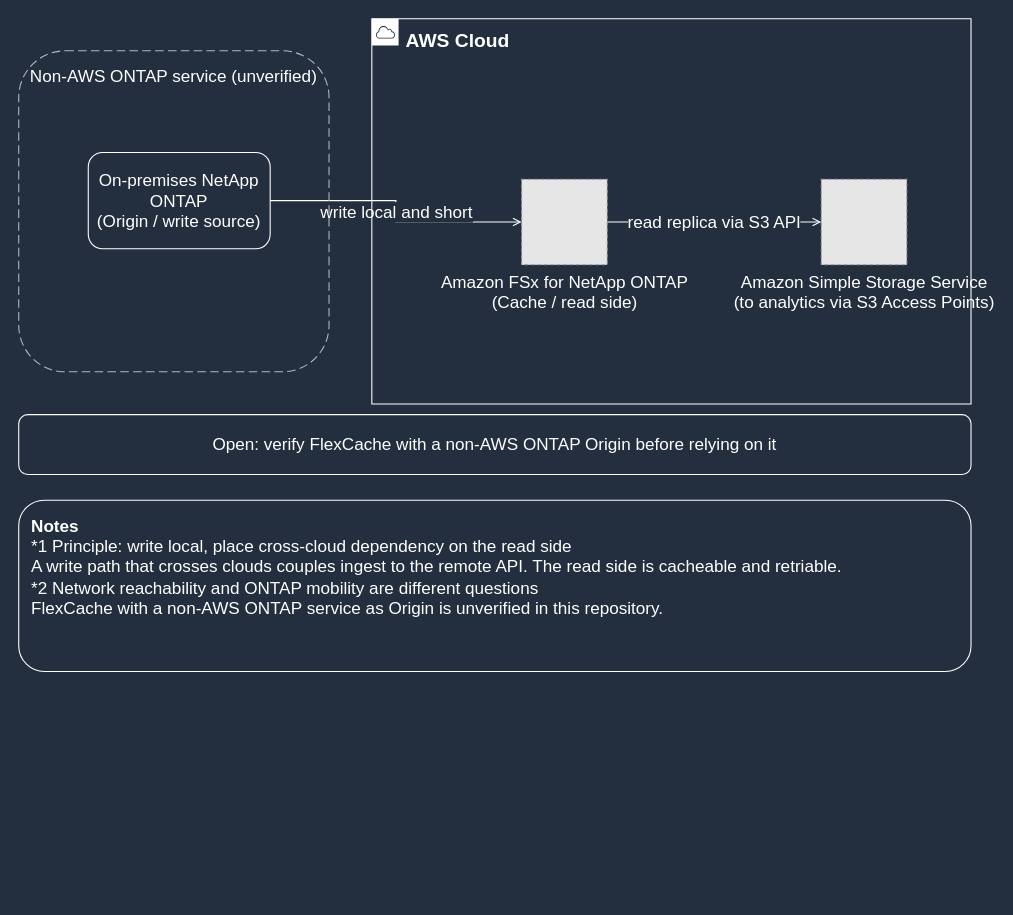
This is docs/_assets/diagrams/ai-hpc-cross-cloud-mobility-en-dark.drawio from Yoshiki0705/FSx-for-ONTAP-Adoption-Playbook, a draw.io file, before an edit. Source tidied: cells renumbered, new cells numbered last; positions are measured from the earlier drawing's top-left corner, leaving out a move shared by most shapes. Both pictures are drawn from the tidied source at 107%, with x=0, y=0 at pixel (18, 18). Pictures stored in the file or linked from it are replaced by grey dashed boxes.
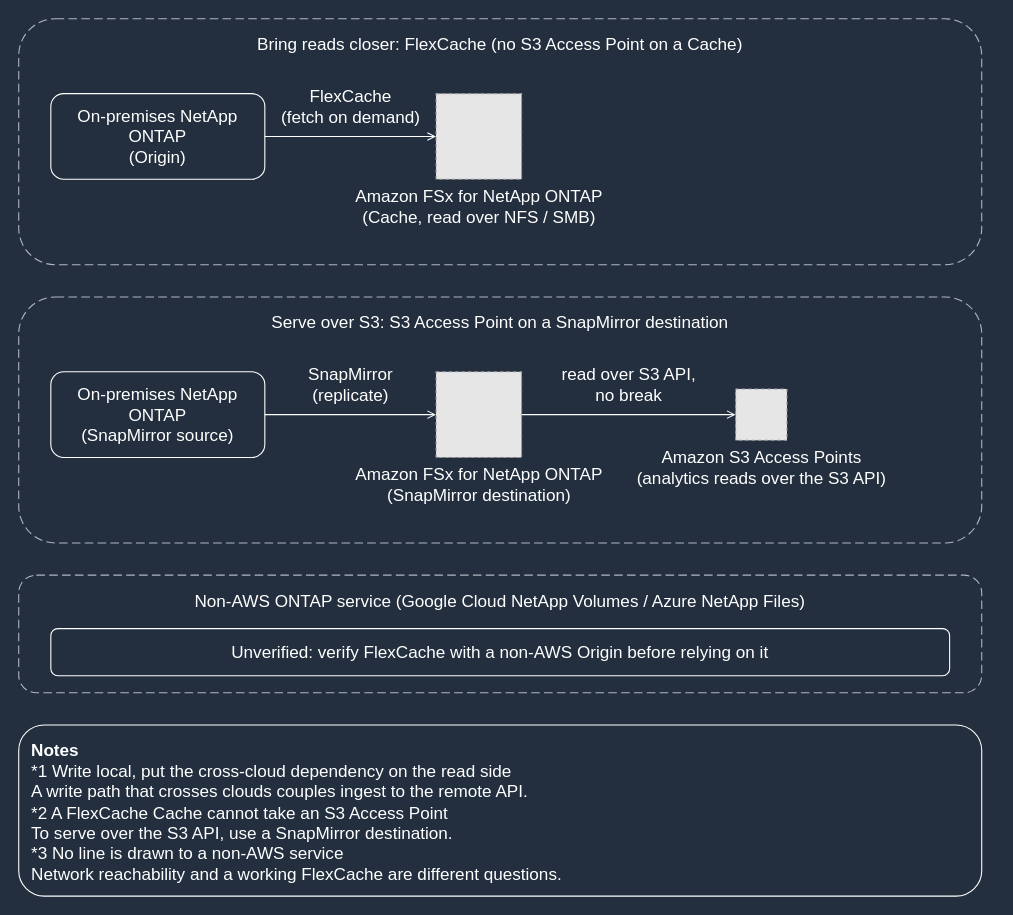
The same page after the edit.

The edit, as a diff of the source:
```diff
@@
 <mxGraphModel background="#232F3E">
   <root>
     <mxCell id="0" />
     <mxCell id="1" parent="0" />
-    <mxCell id="2" value="write local and short" style="edgeStyle=orthogonalEdgeStyle;rounded=0;html=1;endArrow=open;endFill=0;strokeColor=#FFFFFF;strokeWidth=1;fontSize=16;fontColor=#FFFFFF;labelBackgroundColor=#232F3E;exitX=1.0;exitY=0.5;exitDx=0;exitDy=0;entryX=0.0;entryY=0.5;entryDx=0;entryDy=0;" parent="1" edge="1" source="6" target="9">
-      <mxGeometry relative="1" as="geometry" />
+    <mxCell id="2" value="FlexCache&lt;br&gt;(fetch on demand)" style="edgeStyle=orthogonalEdgeStyle;rounded=0;html=1;endArrow=open;endFill=0;strokeColor=#FFFFFF;strokeWidth=1;fontSize=16;fontColor=#FFFFFF;labelBackgroundColor=#232F3E;exitX=1.0;exitY=0.5;exitDx=0;exitDy=0;entryX=0.0;entryY=0.5;entryDx=0;entryDy=0;" parent="1" edge="1" source="14" target="16">
+      <mxGeometry relative="1" as="geometry">
+        <mxPoint y="-28" as="offset" />
+      </mxGeometry>
     </mxCell>
-    <mxCell id="3" value="read replica via S3 API" style="edgeStyle=orthogonalEdgeStyle;rounded=0;html=1;endArrow=open;endFill=0;strokeColor=#FFFFFF;strokeWidth=1;fontSize=16;fontColor=#FFFFFF;labelBackgroundColor=#232F3E;exitX=1.0;exitY=0.5;exitDx=0;exitDy=0;entryX=0.0;entryY=0.5;entryDx=0;entryDy=0;" parent="1" edge="1" source="9" target="10">
-      <mxGeometry relative="1" as="geometry" />
+    <mxCell id="3" value="SnapMirror&lt;br&gt;(replicate)" style="edgeStyle=orthogonalEdgeStyle;rounded=0;html=1;endArrow=open;endFill=0;strokeColor=#FFFFFF;strokeWidth=1;fontSize=16;fontColor=#FFFFFF;labelBackgroundColor=#232F3E;exitX=1.0;exitY=0.5;exitDx=0;exitDy=0;entryX=0.0;entryY=0.5;entryDx=0;entryDy=0;" parent="1" edge="1" source="15" target="17">
+      <mxGeometry relative="1" as="geometry">
+        <mxPoint y="-28" as="offset" />
+      </mxGeometry>
     </mxCell>
-    <mxCell id="4" value="AWS Cloud" style="gradientColor=none;html=1;whiteSpace=wrap;fontSize=18;fontStyle=1;fontColor=#FFFFFF;shape=mxgraph.aws4.group;grIcon=mxgraph.aws4.group_aws_cloud;strokeColor=#FFFFFF;fillColor=none;verticalAlign=top;align=left;spacingLeft=30;spacingTop=4;dashed=0;labelBackgroundColor=#232F3E;" parent="1" vertex="1">
-      <mxGeometry x="330" width="560" height="360" as="geometry" />
-    </mxCell>
+    <mxCell id="11" value="read over S3 API,&lt;br&gt;no break" style="edgeStyle=orthogonalEdgeStyle;rounded=0;html=1;endArrow=open;endFill=0;strokeColor=#FFFFFF;strokeWidth=1;fontSize=16;fontColor=#FFFFFF;labelBackgroundColor=#232F3E;exitX=1.0;exitY=0.5;exitDx=0;exitDy=0;entryX=0.0;entryY=0.5;entryDx=0;entryDy=0;" parent="1" edge="1" source="17" target="18">
+      <mxGeometry relative="1" as="geometry">
+        <mxPoint y="-28" as="offset" />
+      </mxGeometry>
+    </mxCell>
+    <mxCell id="12" value="Bring reads closer: FlexCache (no S3 Access Point on a Cache)" style="rounded=1;whiteSpace=wrap;html=1;dashed=1;dashPattern=8 4;strokeColor=#B0B8C1;fillColor=none;fontColor=#FFFFFF;fontSize=16;verticalAlign=top;align=center;spacingTop=8;" parent="1" vertex="1">
+      <mxGeometry width="900" height="230" as="geometry" />
+    </mxCell>
+    <mxCell id="13" value="Serve over S3: S3 Access Point on a SnapMirror destination" style="rounded=1;whiteSpace=wrap;html=1;dashed=1;dashPattern=8 4;strokeColor=#B0B8C1;fillColor=none;fontColor=#FFFFFF;fontSize=16;verticalAlign=top;align=center;spacingTop=8;" parent="1" vertex="1">
+      <mxGeometry y="260" width="900" height="230" as="geometry" />
+    </mxCell>
-    <mxCell id="5" value="Non-AWS ONTAP service (unverified)" style="rounded=1;whiteSpace=wrap;html=1;dashed=1;dashPattern=8 4;strokeColor=#B0B8C1;fillColor=none;fontColor=#FFFFFF;fontSize=16;verticalAlign=top;align=center;spacingTop=8;" parent="1" vertex="1">
-      <mxGeometry y="30" width="290" height="300" as="geometry" />
+    <mxCell id="5" value="Non-AWS ONTAP service (Google Cloud NetApp Volumes / Azure NetApp Files)" style="rounded=1;whiteSpace=wrap;html=1;dashed=1;dashPattern=8 4;strokeColor=#B0B8C1;fillColor=none;fontColor=#FFFFFF;fontSize=16;verticalAlign=top;align=center;spacingTop=8;" parent="1" vertex="1">
+      <mxGeometry y="520" width="900" height="110" as="geometry" />
     </mxCell>
-    <mxCell id="6" value="On-premises NetApp ONTAP&lt;br&gt;(Origin / write source)" style="rounded=1;whiteSpace=wrap;html=1;strokeColor=#FFFFFF;fillColor=none;fontColor=#FFFFFF;fontSize=16;verticalAlign=middle;align=center;" parent="1" vertex="1">
-      <mxGeometry x="65" y="125" width="170" height="90" as="geometry" />
-    </mxCell>
+    <mxCell id="14" value="On-premises NetApp ONTAP&lt;br&gt;(Origin)" style="rounded=1;whiteSpace=wrap;html=1;strokeColor=#FFFFFF;fillColor=none;fontColor=#FFFFFF;fontSize=16;verticalAlign=middle;align=center;" parent="1" vertex="1">
+      <mxGeometry x="30" y="70" width="200" height="80" as="geometry" />
+    </mxCell>
+    <mxCell id="15" value="On-premises NetApp ONTAP&lt;br&gt;(SnapMirror source)" style="rounded=1;whiteSpace=wrap;html=1;strokeColor=#FFFFFF;fillColor=none;fontColor=#FFFFFF;fontSize=16;verticalAlign=middle;align=center;" parent="1" vertex="1">
+      <mxGeometry x="30" y="330" width="200" height="80" as="geometry" />
+    </mxCell>
-    <mxCell id="7" value="Open: verify FlexCache with a non-AWS ONTAP Origin before relying on it" style="rounded=1;whiteSpace=wrap;html=1;strokeColor=#FFFFFF;fillColor=none;fontColor=#FFFFFF;fontSize=16;verticalAlign=middle;align=center;" parent="1" vertex="1">
-      <mxGeometry y="370" width="890" height="56" as="geometry" />
+    <mxCell id="7" value="Unverified: verify FlexCache with a non-AWS Origin before relying on it" style="rounded=1;whiteSpace=wrap;html=1;strokeColor=#FFFFFF;fillColor=none;fontColor=#FFFFFF;fontSize=16;verticalAlign=middle;align=center;" parent="1" vertex="1">
+      <mxGeometry x="30" y="570" width="840" height="44" as="geometry" />
     </mxCell>
-    <mxCell id="8" value="&lt;b&gt;Notes&lt;/b&gt;&lt;br&gt;*1 Principle: write local, place cross-cloud dependency on the read side&lt;br&gt;A write path that crosses clouds couples ingest to the remote API. The read side is cacheable and retriable.&lt;br&gt;*2 Network reachability and ONTAP mobility are different questions&lt;br&gt;FlexCache with a non-AWS ONTAP service as Origin is unverified in this repository." style="rounded=1;whiteSpace=wrap;html=1;strokeColor=#FFFFFF;fillColor=none;fontColor=#FFFFFF;fontSize=16;verticalAlign=top;align=left;spacingLeft=10;spacingRight=10;spacingTop=8;" parent="1" vertex="1">
-      <mxGeometry y="450" width="890" height="160" as="geometry" />
+    <mxCell id="8" value="&lt;b&gt;Notes&lt;/b&gt;&lt;br&gt;*1 Write local, put the cross-cloud dependency on the read side&lt;br&gt;A write path that crosses clouds couples ingest to the remote API.&lt;br&gt;*2 A FlexCache Cache cannot take an S3 Access Point&lt;br&gt;To serve over the S3 API, use a SnapMirror destination.&lt;br&gt;*3 No line is drawn to a non-AWS service&lt;br&gt;Network reachability and a working FlexCache are different questions." style="rounded=1;whiteSpace=wrap;html=1;strokeColor=#FFFFFF;fillColor=none;fontColor=#FFFFFF;fontSize=16;verticalAlign=top;align=left;spacingLeft=10;spacingRight=10;spacingTop=8;" parent="1" vertex="1">
+      <mxGeometry y="660" width="900" height="160" as="geometry" />
     </mxCell>
-    <mxCell id="9" value="Amazon FSx for NetApp ONTAP&lt;br&gt;(Cache / read side)" style="fillColor=#E6E6E6;strokeColor=#999999;dashed=1;html=1;verticalLabelPosition=bottom;verticalAlign=top;labelPosition=center;align=center;fontSize=16;fontColor=#FFFFFF;" parent="1" vertex="1">
-      <mxGeometry x="470" y="150" width="80" height="80" as="geometry" />
-    </mxCell>
-    <mxCell id="10" value="Amazon Simple Storage Service&lt;br&gt;(to analytics via S3 Access Points)" style="fillColor=#E6E6E6;strokeColor=#999999;dashed=1;html=1;verticalLabelPosition=bottom;verticalAlign=top;labelPosition=center;align=center;fontSize=16;fontColor=#FFFFFF;" parent="1" vertex="1">
-      <mxGeometry x="750" y="150" width="80" height="80" as="geometry" />
-    </mxCell>
+    <mxCell id="16" value="Amazon FSx for NetApp ONTAP&lt;br&gt;(Cache, read over NFS / SMB)" style="fillColor=#E6E6E6;strokeColor=#999999;dashed=1;html=1;verticalLabelPosition=bottom;verticalAlign=top;labelPosition=center;align=center;fontSize=16;fontColor=#FFFFFF;" parent="1" vertex="1">
+      <mxGeometry x="390" y="70" width="80" height="80" as="geometry" />
+    </mxCell>
+    <mxCell id="17" value="Amazon FSx for NetApp ONTAP&lt;br&gt;(SnapMirror destination)" style="fillColor=#E6E6E6;strokeColor=#999999;dashed=1;html=1;verticalLabelPosition=bottom;verticalAlign=top;labelPosition=center;align=center;fontSize=16;fontColor=#FFFFFF;" parent="1" vertex="1">
+      <mxGeometry x="390" y="330" width="80" height="80" as="geometry" />
+    </mxCell>
+    <mxCell id="18" value="Amazon S3 Access Points&lt;br&gt;(analytics reads over the S3 API)" style="fillColor=#E6E6E6;strokeColor=#999999;dashed=1;html=1;verticalLabelPosition=bottom;verticalAlign=top;labelPosition=center;align=center;fontSize=16;fontColor=#FFFFFF;" parent="1" vertex="1">
+      <mxGeometry x="670" y="346" width="48" height="48" as="geometry" />
+    </mxCell>
   </root>
 </mxGraphModel>
```
